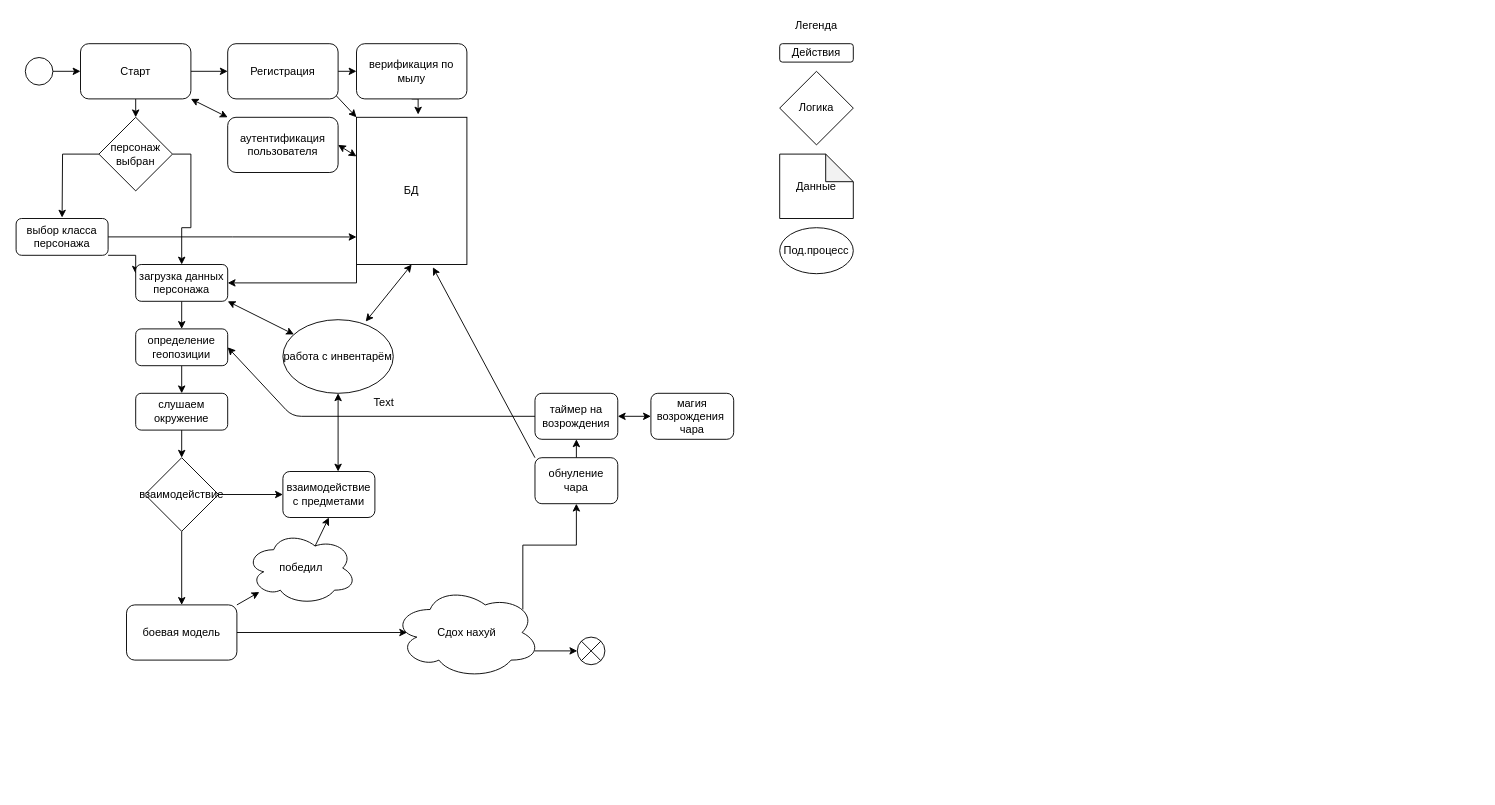
Earlier version of the draw.io diagram page "All Architecture" (5 of 14) of Architecture.drawio (PhoenixVRN/Mafia). Source tidied: cells renumbered, new cells numbered last; positions are measured from the earlier drawing's top-left corner, leaving out a move shared by most shapes. Both pictures are drawn from the tidied source at 92%, with x=0, y=0 at pixel (16, 16).
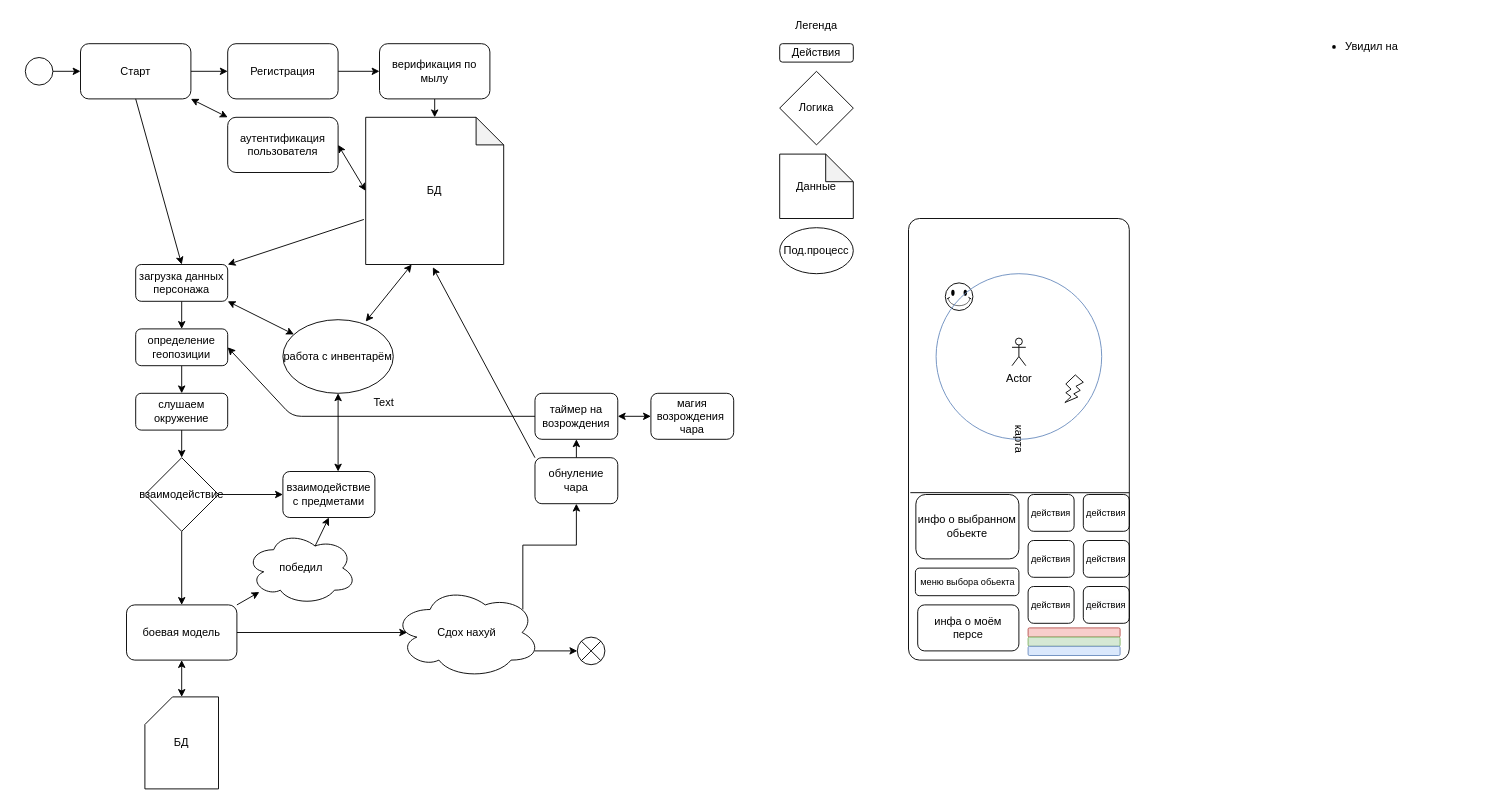
The same diagram, later.

Unchanged cells that the change refers to:
```xml
<mxCell id="4" value="Старт" style="rounded=1;whiteSpace=wrap;html=1;" parent="1" vertex="1">
  <mxGeometry x="70" y="30" width="120" height="60" as="geometry" />
</mxCell>
<mxCell id="7" value="Регистрация" style="rounded=1;whiteSpace=wrap;html=1;" parent="1" vertex="1">
  <mxGeometry x="230" y="30" width="120" height="60" as="geometry" />
</mxCell>
<mxCell id="19" value="загрузка данных персонажа" style="rounded=1;whiteSpace=wrap;html=1;" parent="1" vertex="1">
  <mxGeometry x="130" y="270" width="100" height="40" as="geometry" />
</mxCell>
<mxCell id="31" value="боевая модель" style="rounded=1;whiteSpace=wrap;html=1;" parent="1" vertex="1">
  <mxGeometry x="120" y="640" width="120" height="60" as="geometry" />
</mxCell>
<mxCell id="32" value="работа с инвентарём" style="ellipse;whiteSpace=wrap;html=1;" parent="1" vertex="1">
  <mxGeometry x="290" y="330" width="120" height="80" as="geometry" />
</mxCell>
<mxCell id="41" value="обнуление чара" style="rounded=1;whiteSpace=wrap;html=1;" parent="1" vertex="1">
  <mxGeometry x="564" y="480" width="90" height="50" as="geometry" />
</mxCell>
```

What changed in the source:
```diff
@@
-    <mxCell id="3" style="edgeStyle=orthogonalEdgeStyle;rounded=0;jettySize=auto;html=1;exitX=0.5;exitY=1;exitDx=0;exitDy=0;entryX=0.5;entryY=0;entryDx=0;entryDy=0;" parent="1" edge="1" source="4" target="22">
-      <mxGeometry relative="1" as="geometry" />
-    </mxCell>
@@
-    <mxCell id="6" style="rounded=0;jettySize=auto;html=1;entryX=0;entryY=0;entryDx=0;entryDy=0;exitX=0.982;exitY=0.94;exitDx=0;exitDy=0;exitPerimeter=0;" parent="1" edge="1" source="7" target="12">
-      <mxGeometry relative="1" as="geometry" />
-    </mxCell>
@@
-    <mxCell id="9" style="edgeStyle=orthogonalEdgeStyle;rounded=0;jettySize=auto;html=1;exitX=0.5;exitY=1;exitDx=0;exitDy=0;" parent="1" edge="1" source="10">
-      <mxGeometry relative="1" as="geometry">
-        <mxPoint x="437" y="107" as="targetPoint" />
-      </mxGeometry>
-    </mxCell>
+    <mxCell id="59" style="edgeStyle=orthogonalEdgeStyle;rounded=0;jettySize=auto;html=1;exitX=0.5;exitY=1;exitDx=0;exitDy=0;entryX=0.5;entryY=0;entryDx=0;entryDy=0;entryPerimeter=0;" parent="1" edge="1" source="10" target="60">
+      <mxGeometry relative="1" as="geometry" />
+    </mxCell>
     <mxCell id="10" value="верификация по мылу" style="rounded=1;whiteSpace=wrap;html=1;" parent="1" vertex="1">
-      <mxGeometry x="370" y="30" width="120" height="60" as="geometry" />
+      <mxGeometry x="395" y="30" width="120" height="60" as="geometry" />
     </mxCell>
-    <mxCell id="11" style="edgeStyle=orthogonalEdgeStyle;rounded=0;jettySize=auto;html=1;exitX=0;exitY=1;exitDx=0;exitDy=0;entryX=1;entryY=0.5;entryDx=0;entryDy=0;" parent="1" edge="1" source="12" target="19">
-      <mxGeometry relative="1" as="geometry" />
-    </mxCell>
-    <mxCell id="12" value="БД" style="rounded=0;whiteSpace=wrap;html=1;" parent="1" vertex="1">
-      <mxGeometry x="370" y="110" width="120" height="160" as="geometry" />
-    </mxCell>
-    <mxCell id="13" style="endArrow=classic;startArrow=classic;html=1;" parent="1" edge="1" source="12">
+    <mxCell id="13" style="endArrow=classic;startArrow=classic;html=1;exitX=0;exitY=0.5;exitDx=0;exitDy=0;exitPerimeter=0;" parent="1" edge="1" source="60">
       <mxGeometry relative="1" as="geometry">
         <mxPoint x="350" y="140" as="targetPoint" />
       </mxGeometry>
     </mxCell>
@@
-    <mxCell id="15" style="edgeStyle=orthogonalEdgeStyle;rounded=0;jettySize=auto;html=1;exitX=1;exitY=0.5;exitDx=0;exitDy=0;entryX=0;entryY=0.813;entryDx=0;entryDy=0;entryPerimeter=0;" parent="1" edge="1" source="17" target="12">
-      <mxGeometry relative="1" as="geometry" />
-    </mxCell>
-    <mxCell id="16" style="edgeStyle=orthogonalEdgeStyle;rounded=0;jettySize=auto;html=1;exitX=1;exitY=1;exitDx=0;exitDy=0;entryX=0;entryY=0.25;entryDx=0;entryDy=0;" parent="1" edge="1" source="17" target="19">
-      <mxGeometry relative="1" as="geometry" />
-    </mxCell>
-    <mxCell id="17" value="выбор класса персонажа" style="rounded=1;whiteSpace=wrap;html=1;" parent="1" vertex="1">
-      <mxGeometry y="220" width="100" height="40" as="geometry" />
-    </mxCell>
@@
-    <mxCell id="20" style="edgeStyle=orthogonalEdgeStyle;rounded=0;jettySize=auto;html=1;exitX=1;exitY=0.5;exitDx=0;exitDy=0;entryX=0.5;entryY=0;entryDx=0;entryDy=0;" parent="1" edge="1" source="22" target="19">
-      <mxGeometry relative="1" as="geometry" />
-    </mxCell>
-    <mxCell id="21" style="edgeStyle=orthogonalEdgeStyle;rounded=0;jettySize=auto;html=1;exitX=0;exitY=0.5;exitDx=0;exitDy=0;" parent="1" edge="1" source="22">
-      <mxGeometry relative="1" as="geometry">
-        <mxPoint x="50" y="219" as="targetPoint" />
-      </mxGeometry>
-    </mxCell>
-    <mxCell id="22" value="персонаж выбран" style="rhombus;whiteSpace=wrap;html=1;" parent="1" vertex="1">
-      <mxGeometry x="90" y="110" width="80" height="80" as="geometry" />
-    </mxCell>
@@
-    <mxCell id="34" style="endArrow=classic;startArrow=classic;html=1;entryX=0.5;entryY=1;entryDx=0;entryDy=0;exitX=0.75;exitY=0.025;exitDx=0;exitDy=0;exitPerimeter=0;" parent="1" edge="1" source="32" target="12">
-      <mxGeometry relative="1" as="geometry" />
+    <mxCell id="34" style="endArrow=classic;startArrow=classic;html=1;entryX=0.5;entryY=1;entryDx=0;entryDy=0;exitX=0.75;exitY=0.025;exitDx=0;exitDy=0;exitPerimeter=0;" parent="1" edge="1" source="32">
+      <mxGeometry relative="1" as="geometry">
+        <mxPoint x="430" y="270" as="targetPoint" />
+      </mxGeometry>
     </mxCell>
@@
-    <mxCell id="43" style="endArrow=classic;html=1;exitX=0;exitY=0;exitDx=0;exitDy=0;entryX=0.692;entryY=1.019;entryDx=0;entryDy=0;entryPerimeter=0;" parent="1" edge="1" source="41" target="12">
-      <mxGeometry relative="1" as="geometry" />
+    <mxCell id="43" style="endArrow=classic;html=1;exitX=0;exitY=0;exitDx=0;exitDy=0;entryX=0.692;entryY=1.019;entryDx=0;entryDy=0;entryPerimeter=0;" parent="1" edge="1" source="41">
+      <mxGeometry relative="1" as="geometry">
+        <mxPoint x="453" y="273" as="targetPoint" />
+      </mxGeometry>
     </mxCell>
@@
+    <mxCell id="60" value="БД&lt;br&gt;" style="shape=note;whiteSpace=wrap;html=1;backgroundOutline=1;darkOpacity=0.05;" parent="1" vertex="1">
+      <mxGeometry x="380" y="110" width="150" height="160" as="geometry" />
+    </mxCell>
+    <mxCell id="61" style="endArrow=classic;html=1;exitX=0.5;exitY=1;exitDx=0;exitDy=0;entryX=0.5;entryY=0;entryDx=0;entryDy=0;" parent="1" edge="1" source="4" target="19">
+      <mxGeometry relative="1" as="geometry" />
+    </mxCell>
+    <mxCell id="62" style="endArrow=classic;html=1;exitX=-0.013;exitY=0.694;exitDx=0;exitDy=0;exitPerimeter=0;entryX=1;entryY=0;entryDx=0;entryDy=0;" parent="1" edge="1" source="60" target="19">
+      <mxGeometry relative="1" as="geometry" />
+    </mxCell>
+    <mxCell id="63" value="БД" style="shape=card;whiteSpace=wrap;html=1;" parent="1" vertex="1">
+      <mxGeometry x="140" y="740" width="80" height="100" as="geometry" />
+    </mxCell>
+    <mxCell id="64" style="endArrow=classic;startArrow=classic;html=1;exitX=0.5;exitY=0;exitDx=0;exitDy=0;exitPerimeter=0;entryX=0.5;entryY=1;entryDx=0;entryDy=0;" parent="1" edge="1" source="63" target="31">
+      <mxGeometry relative="1" as="geometry" />
+    </mxCell>
+    <mxCell id="65" value="карта" style="rounded=1;whiteSpace=wrap;html=1;rotation=90;arcSize=5;" parent="1" vertex="1">
+      <mxGeometry x="850" y="340" width="480" height="240" as="geometry" />
+    </mxCell>
+    <mxCell id="66" style="endArrow=none;html=1;entryX=0.621;entryY=0;entryDx=0;entryDy=0;entryPerimeter=0;" parent="1" edge="1" target="65">
+      <mxGeometry relative="1" as="geometry">
+        <mxPoint x="972" y="518" as="sourcePoint" />
+      </mxGeometry>
+    </mxCell>
+    <mxCell id="67" style="verticalLabelPosition=bottom;verticalAlign=top;html=1;shape=mxgraph.basic.smiley;" parent="1" vertex="1">
+      <mxGeometry x="1010" y="290" width="30" height="30" as="geometry" />
+    </mxCell>
+    <mxCell id="68" style="verticalLabelPosition=bottom;verticalAlign=top;html=1;shape=mxgraph.basic.flash;" parent="1" vertex="1">
+      <mxGeometry x="1140" y="390" width="20" height="30" as="geometry" />
+    </mxCell>
+    <mxCell id="69" value="Actor" style="shape=umlActor;verticalLabelPosition=bottom;verticalAlign=top;html=1;" parent="1" vertex="1">
+      <mxGeometry x="1082.5" y="350" width="15" height="30" as="geometry" />
+    </mxCell>
+    <mxCell id="70" style="ellipse;whiteSpace=wrap;html=1;strokeColor=#6c8ebf;fillColor=none;" parent="1" vertex="1">
+      <mxGeometry x="1000" y="280" width="180" height="180" as="geometry" />
+    </mxCell>
+    <mxCell id="71" value="инфо о выбранном обьекте" style="rounded=1;whiteSpace=wrap;html=1;fillColor=none;gradientColor=none;" parent="1" vertex="1">
+      <mxGeometry x="978" y="520" width="112" height="70" as="geometry" />
+    </mxCell>
+    <mxCell id="72" value="&lt;font style=&quot;font-size: 10px&quot;&gt;действия&lt;/font&gt;" style="rounded=1;whiteSpace=wrap;html=1;fillColor=none;gradientColor=none;" parent="1" vertex="1">
+      <mxGeometry x="1100" y="520" width="50" height="40" as="geometry" />
+    </mxCell>
+    <mxCell id="73" value="&lt;span style=&quot;font-size: 10px&quot;&gt;действия&lt;/span&gt;" style="rounded=1;whiteSpace=wrap;html=1;fillColor=none;gradientColor=none;" parent="1" vertex="1">
+      <mxGeometry x="1160" y="520" width="50" height="40" as="geometry" />
+    </mxCell>
+    <mxCell id="74" value="&lt;span style=&quot;font-size: 10px&quot;&gt;действия&lt;/span&gt;" style="rounded=1;whiteSpace=wrap;html=1;fillColor=none;gradientColor=none;" parent="1" vertex="1">
+      <mxGeometry x="1100" y="570" width="50" height="40" as="geometry" />
+    </mxCell>
+    <mxCell id="75" value="&lt;span style=&quot;font-size: 10px&quot;&gt;действия&lt;/span&gt;" style="rounded=1;whiteSpace=wrap;html=1;fillColor=none;gradientColor=none;" parent="1" vertex="1">
+      <mxGeometry x="1160" y="570" width="50" height="40" as="geometry" />
+    </mxCell>
+    <mxCell id="76" value="&lt;span style=&quot;font-size: 10px&quot;&gt;действия&lt;/span&gt;" style="rounded=1;whiteSpace=wrap;html=1;fillColor=none;gradientColor=none;" parent="1" vertex="1">
+      <mxGeometry x="1100" y="620" width="50" height="40" as="geometry" />
+    </mxCell>
+    <mxCell id="77" value="&#10;&#10;&lt;span style=&quot;color: rgb(0, 0, 0); font-family: helvetica; font-size: 10px; font-style: normal; font-weight: 400; letter-spacing: normal; text-align: center; text-indent: 0px; text-transform: none; word-spacing: 0px; background-color: rgb(248, 249, 250); display: inline; float: none;&quot;&gt;действия&lt;/span&gt;&#10;&#10;" style="rounded=1;whiteSpace=wrap;html=1;fillColor=none;gradientColor=none;" parent="1" vertex="1">
+      <mxGeometry x="1160" y="620" width="50" height="40" as="geometry" />
+    </mxCell>
+    <mxCell id="78" value="&lt;font size=&quot;1&quot;&gt;меню выбора обьекта&lt;/font&gt;" style="rounded=1;whiteSpace=wrap;html=1;fillColor=none;gradientColor=none;" parent="1" vertex="1">
+      <mxGeometry x="977.5" y="600" width="112.5" height="30" as="geometry" />
+    </mxCell>
+    <mxCell id="79" value="инфа о моём персе" style="rounded=1;whiteSpace=wrap;html=1;fillColor=none;gradientColor=none;" parent="1" vertex="1">
+      <mxGeometry x="980" y="640" width="110" height="50" as="geometry" />
+    </mxCell>
+    <mxCell id="80" style="rounded=1;whiteSpace=wrap;html=1;fillColor=#f8cecc;strokeColor=#b85450;" parent="1" vertex="1">
+      <mxGeometry x="1100" y="665" width="100" height="10" as="geometry" />
+    </mxCell>
+    <mxCell id="81" style="rounded=1;whiteSpace=wrap;html=1;fillColor=#d5e8d4;strokeColor=#82b366;" parent="1" vertex="1">
+      <mxGeometry x="1100" y="675" width="100" height="10" as="geometry" />
+    </mxCell>
+    <mxCell id="82" style="rounded=1;whiteSpace=wrap;html=1;fillColor=#dae8fc;strokeColor=#6c8ebf;" parent="1" vertex="1">
+      <mxGeometry x="1100" y="685" width="100" height="10" as="geometry" />
+    </mxCell>
+    <mxCell id="83" value="&lt;h1&gt;&lt;ul style=&quot;font-size: 12px&quot;&gt;&lt;li&gt;&lt;span style=&quot;font-weight: normal&quot;&gt;Увидил на&amp;nbsp;&lt;/span&gt;&lt;/li&gt;&lt;/ul&gt;&lt;/h1&gt;" style="text;html=1;strokeColor=none;fillColor=none;spacing=5;spacingTop=-20;whiteSpace=wrap;overflow=hidden;rounded=0;" parent="1" vertex="1">
+      <mxGeometry x="1400" y="20" width="190" height="520" as="geometry" />
+    </mxCell>
```
